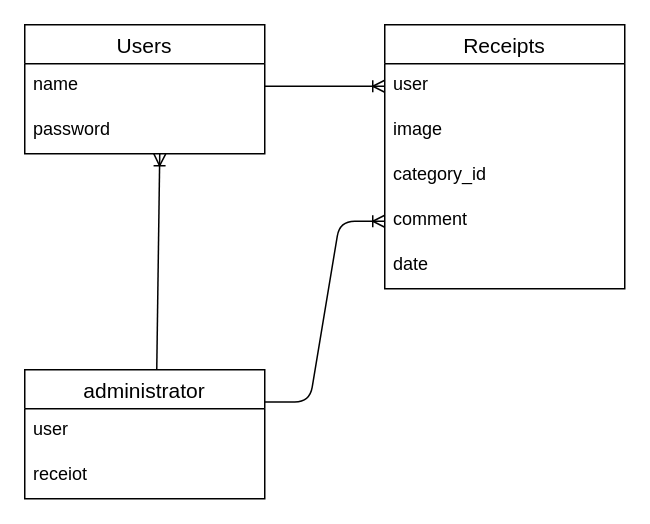
Earlier version of the draw.io diagram erpic.dio (mgm1227/receipt-app). Source tidied: cells renumbered, new cells numbered last; positions are measured from the earlier drawing's top-left corner, leaving out a move shared by most shapes. Both pictures are drawn from the tidied source at 150%, with x=0, y=0 at pixel (24, 24).
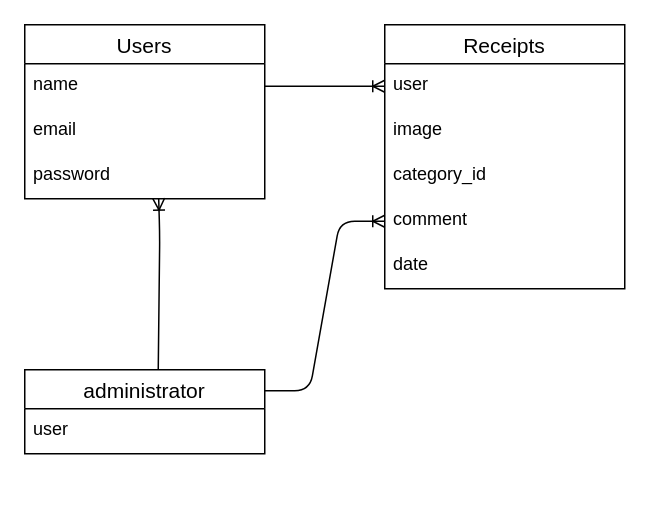
After the change.

Change to the diagram source:
```diff
@@
 <mxGraphModel>
   <root>
     <mxCell id="0" />
     <mxCell id="1" parent="0" />
     <mxCell id="2" value="Users" style="swimlane;fontStyle=0;horizontal=1;startSize=26;align=center;fontSize=14;" parent="1" vertex="1">
-      <mxGeometry width="160" height="86" as="geometry" />
+      <mxGeometry width="160" height="116" as="geometry" />
     </mxCell>
     <mxCell id="3" value="name" style="text;strokeColor=none;fillColor=none;spacingLeft=4;spacingRight=4;overflow=hidden;points=[[0,0.5],[1,0.5]];portConstraint=eastwest;fontSize=12;" parent="2" vertex="1">
       <mxGeometry y="26" width="160" height="30" as="geometry" />
     </mxCell>
+    <mxCell id="17" value="email" style="text;strokeColor=none;fillColor=none;spacingLeft=4;spacingRight=4;overflow=hidden;fontSize=12;" parent="2" vertex="1">
+      <mxGeometry y="56" width="160" height="30" as="geometry" />
+    </mxCell>
     <mxCell id="4" value="password" style="text;strokeColor=none;fillColor=none;spacingLeft=4;spacingRight=4;overflow=hidden;points=[[0,0.5],[1,0.5]];portConstraint=eastwest;fontSize=12;" parent="2" vertex="1">
-      <mxGeometry y="56" width="160" height="30" as="geometry" />
+      <mxGeometry y="86" width="160" height="30" as="geometry" />
     </mxCell>
     <mxCell id="5" value="Receipts" style="swimlane;fontStyle=0;horizontal=1;startSize=26;align=center;fontSize=14;" parent="1" vertex="1">
       <mxGeometry x="240" width="160" height="176" as="geometry" />
     </mxCell>
     <mxCell id="6" value="user" style="text;strokeColor=none;fillColor=none;spacingLeft=4;spacingRight=4;overflow=hidden;points=[[0,0.5],[1,0.5]];portConstraint=eastwest;fontSize=12;" parent="5" vertex="1">
       <mxGeometry y="26" width="160" height="30" as="geometry" />
     </mxCell>
     <mxCell id="7" value="image" style="text;strokeColor=none;fillColor=none;spacingLeft=4;spacingRight=4;overflow=hidden;fontSize=12;" parent="5" vertex="1">
       <mxGeometry y="56" width="160" height="30" as="geometry" />
     </mxCell>
     <mxCell id="8" value="category_id" style="text;strokeColor=none;fillColor=none;spacingLeft=4;spacingRight=4;overflow=hidden;fontSize=12;" parent="5" vertex="1">
       <mxGeometry y="86" width="160" height="30" as="geometry" />
     </mxCell>
     <mxCell id="9" value="comment" style="text;strokeColor=none;fillColor=none;spacingLeft=4;spacingRight=4;overflow=hidden;points=[[0,0.5],[1,0.5]];portConstraint=eastwest;fontSize=12;" parent="5" vertex="1">
       <mxGeometry y="116" width="160" height="30" as="geometry" />
     </mxCell>
     <mxCell id="10" value="date" style="text;strokeColor=none;fillColor=none;spacingLeft=4;spacingRight=4;overflow=hidden;fontSize=12;" parent="5" vertex="1">
       <mxGeometry y="146" width="160" height="30" as="geometry" />
     </mxCell>
     <mxCell id="11" style="edgeStyle=entityRelationEdgeStyle;fontSize=12;html=1;endArrow=ERoneToMany;exitX=1;exitY=0.5;exitDx=0;exitDy=0;entryX=0;entryY=0.5;entryDx=0;entryDy=0;" parent="1" edge="1" source="3" target="6">
       <mxGeometry relative="1" as="geometry" />
     </mxCell>
     <mxCell id="12" value="administrator" style="swimlane;fontStyle=0;horizontal=1;startSize=26;align=center;fontSize=14;" parent="1" vertex="1">
-      <mxGeometry y="230" width="160" height="86" as="geometry" />
+      <mxGeometry y="230" width="160" height="56" as="geometry" />
     </mxCell>
     <mxCell id="13" value="user" style="text;strokeColor=none;fillColor=none;spacingLeft=4;spacingRight=4;overflow=hidden;fontSize=12;" parent="12" vertex="1">
       <mxGeometry y="26" width="160" height="30" as="geometry" />
     </mxCell>
-    <mxCell id="14" value="receiot" style="text;strokeColor=none;fillColor=none;spacingLeft=4;spacingRight=4;overflow=hidden;fontSize=12;" parent="12" vertex="1">
-      <mxGeometry y="56" width="160" height="30" as="geometry" />
-    </mxCell>
     <mxCell id="15" style="edgeStyle=entityRelationEdgeStyle;fontSize=12;html=1;endArrow=ERoneToMany;entryX=0;entryY=0.5;entryDx=0;entryDy=0;exitX=1;exitY=0.25;exitDx=0;exitDy=0;" parent="1" edge="1" source="12" target="9">
       <mxGeometry relative="1" as="geometry" />
     </mxCell>
-    <mxCell id="16" style="fontSize=12;html=1;endArrow=ERoneToMany;exitX=0.55;exitY=0;exitDx=0;exitDy=0;exitPerimeter=0;" parent="1" edge="1" source="12">
+    <mxCell id="16" style="fontSize=12;html=1;endArrow=ERoneToMany;entryX=0.558;entryY=0.987;entryDx=0;entryDy=0;entryPerimeter=0;" parent="1" edge="1" target="4">
       <mxGeometry relative="1" as="geometry">
-        <mxPoint x="90" y="86" as="targetPoint" />
+        <mxPoint x="89" y="230" as="sourcePoint" />
+        <Array as="points">
+          <mxPoint x="90" y="140" />
+        </Array>
       </mxGeometry>
     </mxCell>
   </root>
 </mxGraphModel>
```
